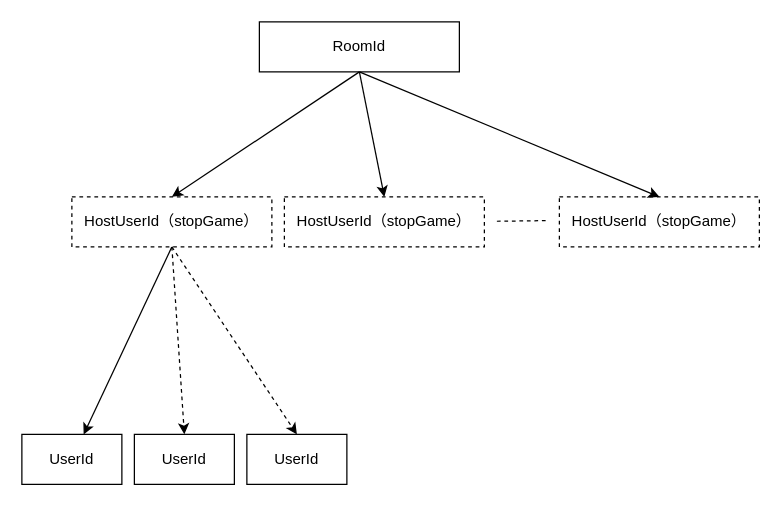
Before: 互动云游戏逻辑梳理.drawio in 2015302580336/cloud_rendering, a draw.io diagram. Source tidied: cells renumbered, new cells numbered last; positions are measured from the earlier drawing's top-left corner, leaving out a move shared by most shapes. Both pictures are drawn from the tidied source at 125%, with x=0, y=0 at pixel (21, 21).
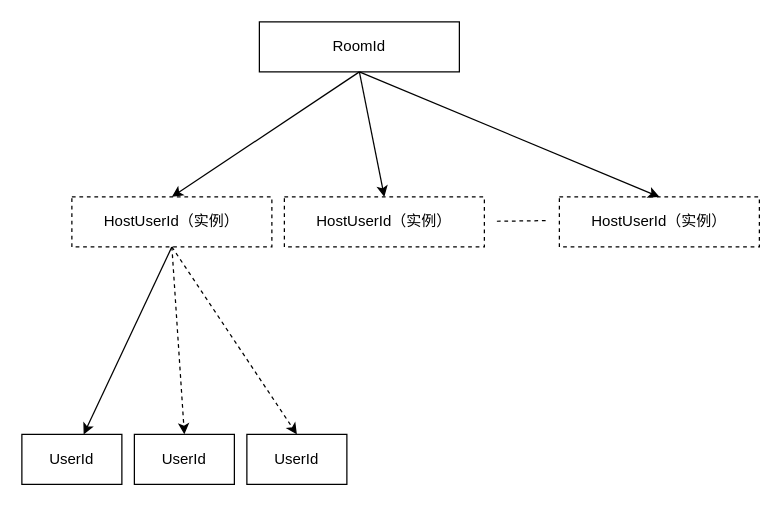
Above is the later version.

Commit message (it also covers changes not shown here):
更新互动云游戏逻辑梳理.drawio

What changed in the source:
```diff
@@
 <mxGraphModel>
   <root>
     <mxCell id="0" />
     <mxCell id="1" parent="0" />
     <mxCell id="2" value="RoomId" style="rounded=0;whiteSpace=wrap;html=1;" parent="1" vertex="1">
       <mxGeometry x="190" width="160" height="40" as="geometry" />
     </mxCell>
     <mxCell id="3" style="rounded=0;jettySize=auto;html=1;exitX=0.5;exitY=1;exitDx=0;exitDy=0;" parent="1" edge="1" source="4" target="8">
       <mxGeometry relative="1" as="geometry" />
     </mxCell>
-    <mxCell id="4" value="HostUserId（stopGame）" style="rounded=0;whiteSpace=wrap;html=1;dashed=1;" parent="1" vertex="1">
+    <mxCell id="4" value="HostUserId（实例）" style="rounded=0;whiteSpace=wrap;html=1;dashed=1;" parent="1" vertex="1">
       <mxGeometry x="40" y="140" width="160" height="40" as="geometry" />
     </mxCell>
-    <mxCell id="5" value="&lt;span&gt;HostUserId&lt;/span&gt;（stopGame）" style="rounded=0;whiteSpace=wrap;html=1;dashed=1;" parent="1" vertex="1">
+    <mxCell id="5" value="&lt;span&gt;HostUserId&lt;/span&gt;（实例）" style="rounded=0;whiteSpace=wrap;html=1;dashed=1;" parent="1" vertex="1">
       <mxGeometry x="210" y="140" width="160" height="40" as="geometry" />
     </mxCell>
-    <mxCell id="6" value="&lt;span&gt;HostUserId&lt;/span&gt;（stopGame）" style="rounded=0;whiteSpace=wrap;html=1;dashed=1;" parent="1" vertex="1">
+    <mxCell id="6" value="&lt;span&gt;HostUserId&lt;/span&gt;（实例）" style="rounded=0;whiteSpace=wrap;html=1;dashed=1;" parent="1" vertex="1">
       <mxGeometry x="430" y="140" width="160" height="40" as="geometry" />
     </mxCell>
     <mxCell id="7" style="endArrow=none;dashed=1;html=1;rounded=0;" parent="1" edge="1">
       <mxGeometry relative="1" as="geometry">
         <mxPoint x="380" y="159.5" as="sourcePoint" />
         <mxPoint x="420" y="159" as="targetPoint" />
       </mxGeometry>
     </mxCell>
     <mxCell id="8" value="UserId" style="rounded=0;whiteSpace=wrap;html=1;" parent="1" vertex="1">
       <mxGeometry y="330" width="80" height="40" as="geometry" />
     </mxCell>
     <mxCell id="9" value="UserId" style="rounded=0;whiteSpace=wrap;html=1;" parent="1" vertex="1">
       <mxGeometry x="90" y="330" width="80" height="40" as="geometry" />
     </mxCell>
     <mxCell id="10" value="&lt;span&gt;UserId&lt;/span&gt;" style="rounded=0;whiteSpace=wrap;html=1;" parent="1" vertex="1">
       <mxGeometry x="180" y="330" width="80" height="40" as="geometry" />
     </mxCell>
     <mxCell id="11" style="rounded=0;jettySize=auto;html=1;exitX=0.5;exitY=1;exitDx=0;exitDy=0;entryX=0.5;entryY=0;entryDx=0;entryDy=0;dashed=1;" parent="1" edge="1" source="4" target="9">
       <mxGeometry relative="1" as="geometry" />
     </mxCell>
     <mxCell id="12" style="rounded=0;jettySize=auto;html=1;exitX=0.5;exitY=1;exitDx=0;exitDy=0;entryX=0.5;entryY=0;entryDx=0;entryDy=0;dashed=1;" parent="1" edge="1" source="4" target="10">
       <mxGeometry relative="1" as="geometry" />
     </mxCell>
     <mxCell id="13" style="rounded=0;jettySize=auto;html=1;exitX=0.5;exitY=1;exitDx=0;exitDy=0;entryX=0.5;entryY=0;entryDx=0;entryDy=0;" parent="1" edge="1" source="2" target="4">
       <mxGeometry relative="1" as="geometry" />
     </mxCell>
     <mxCell id="14" style="rounded=0;jettySize=auto;html=1;exitX=0.5;exitY=1;exitDx=0;exitDy=0;entryX=0.5;entryY=0;entryDx=0;entryDy=0;" parent="1" edge="1" source="2" target="5">
       <mxGeometry relative="1" as="geometry" />
     </mxCell>
     <mxCell id="15" style="rounded=0;jettySize=auto;html=1;exitX=0.5;exitY=1;exitDx=0;exitDy=0;entryX=0.5;entryY=0;entryDx=0;entryDy=0;" parent="1" edge="1" source="2" target="6">
       <mxGeometry relative="1" as="geometry" />
     </mxCell>
   </root>
 </mxGraphModel>
```
